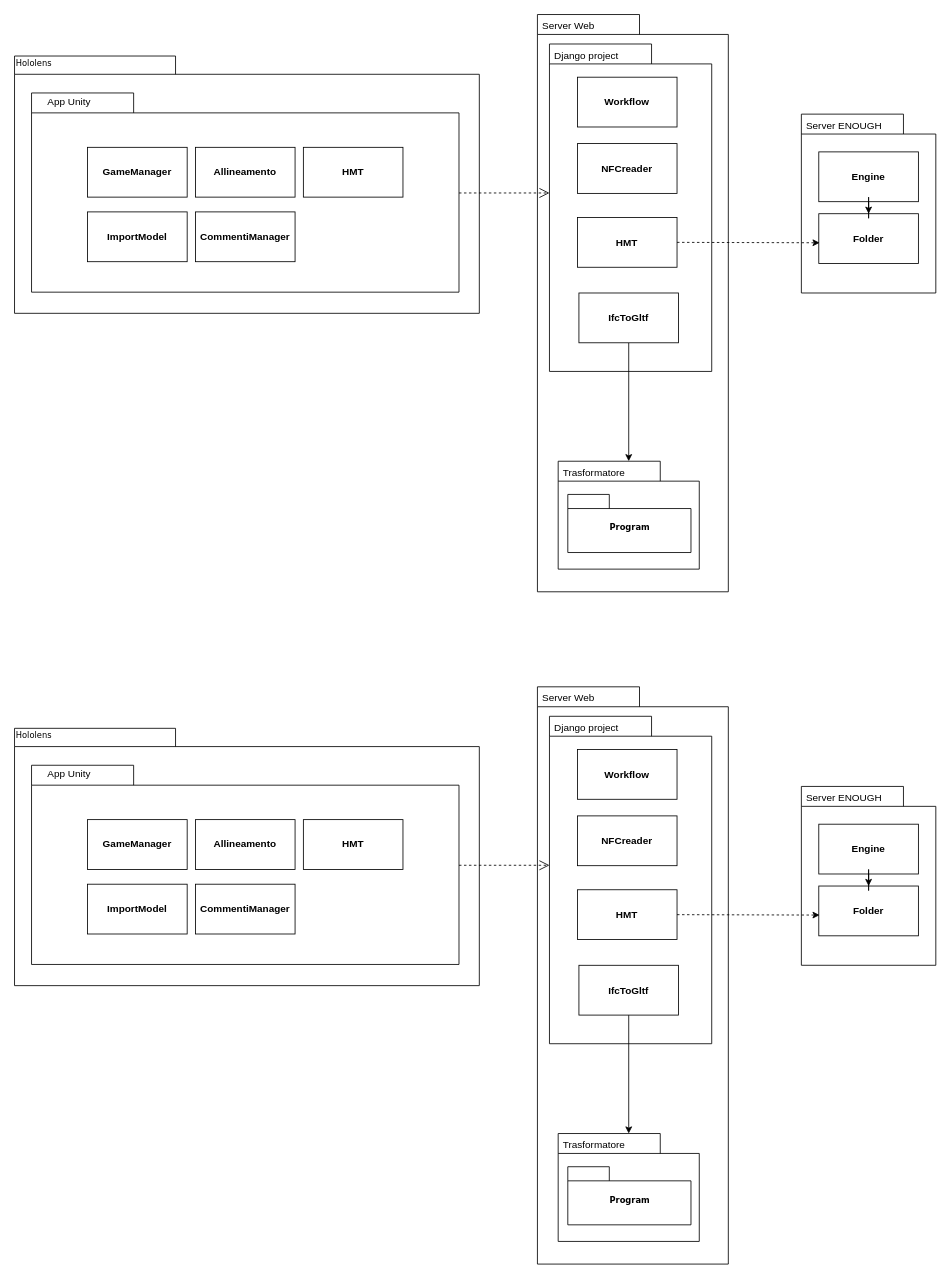
f94f/ENOGH-UML keeps this draw.io diagram as Componenti/compinenti.drawio. Above is the earlier version. Source tidied: cells renumbered, new cells numbered last; positions are measured from the earlier drawing's top-left corner, leaving out a move shared by most shapes. Both pictures are drawn from the tidied source at 83%, with x=0, y=0 at pixel (14, 14).
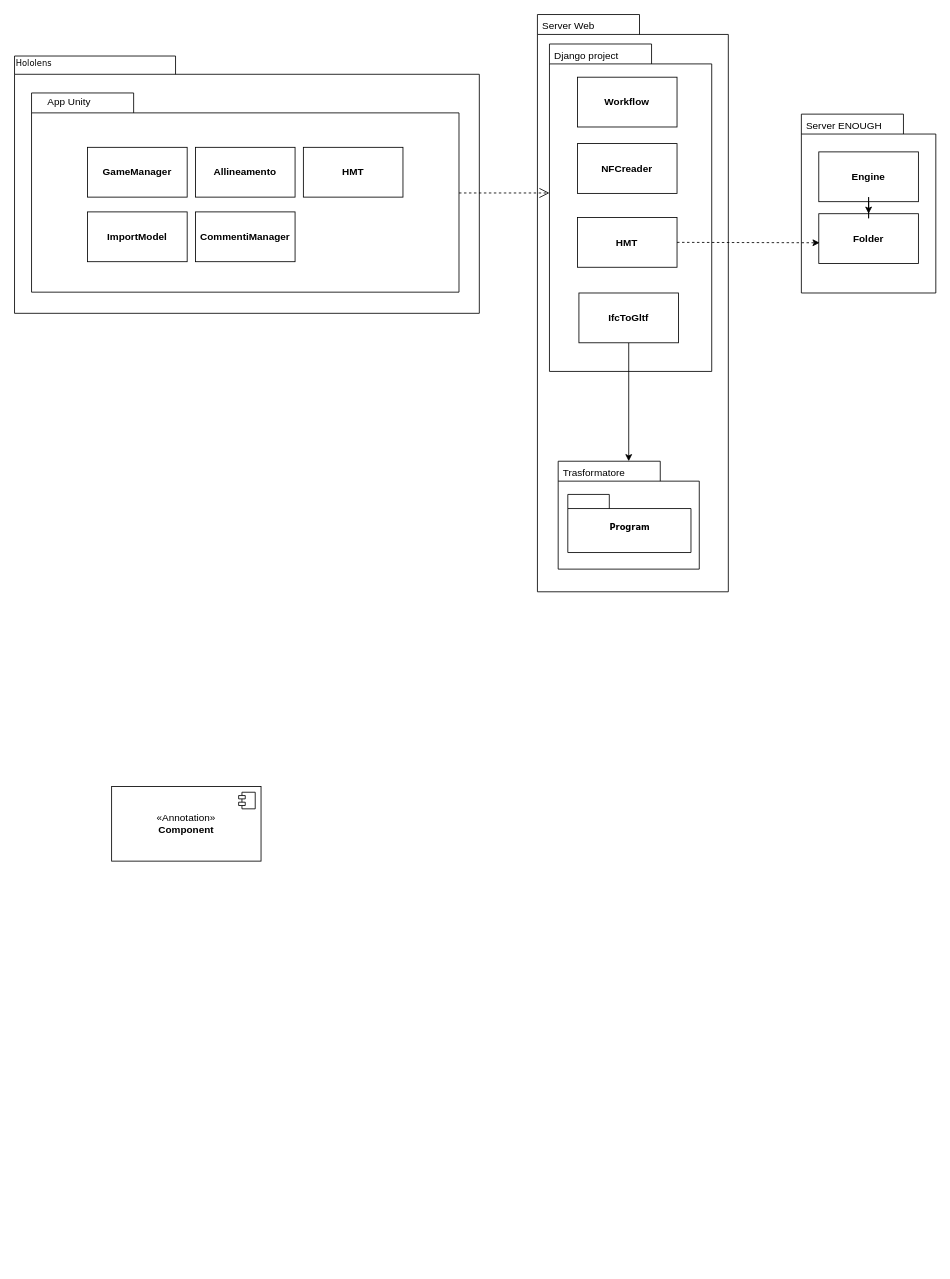
The same page after the edit.

The edit, as a diff of the source:
```diff
@@
-    <mxCell id="33" style="shape=folder;fontStyle=1;spacingTop=10;tabWidth=123;tabHeight=24;tabPosition=left;html=1;rounded=0;shadow=0;comic=0;labelBackgroundColor=none;strokeWidth=1;fontFamily=Verdana;fontSize=10;align=center;" parent="1" vertex="1">
-      <mxGeometry x="948" y="930" width="162" height="215.5" as="geometry" />
-    </mxCell>
-    <mxCell id="34" value="&lt;b&gt;Engine&lt;br&gt;&lt;/b&gt;" style="rounded=0;whiteSpace=wrap;html=1;" parent="1" vertex="1">
-      <mxGeometry x="969" y="975.5" width="120" height="60" as="geometry" />
-    </mxCell>
-    <mxCell id="35" value="&lt;b&gt;Folder&lt;/b&gt;" style="rounded=0;whiteSpace=wrap;html=1;" parent="1" vertex="1">
-      <mxGeometry x="969" y="1050" width="120" height="60" as="geometry" />
-    </mxCell>
-    <mxCell id="36" style="edgeStyle=orthogonalEdgeStyle;rounded=0;jettySize=auto;html=1;entryX=0.5;entryY=0;entryDx=0;entryDy=0;" parent="1" edge="1" source="34" target="35">
-      <mxGeometry relative="1" as="geometry" />
-    </mxCell>
-    <mxCell id="37" value="Server ENOUGH" style="text;strokeColor=none;fillColor=none;align=left;verticalAlign=top;spacingLeft=4;spacingRight=4;overflow=hidden;" parent="1" vertex="1">
-      <mxGeometry x="948" y="930" width="125.5" height="26" as="geometry" />
-    </mxCell>
-    <mxCell id="38" style="group;" parent="1" vertex="1">
-      <mxGeometry x="630" y="810" width="230" height="695.5" as="geometry" />
-    </mxCell>
-    <mxCell id="39" style="group;" parent="38" vertex="1">
-      <mxGeometry width="230" height="695.5" as="geometry" />
-    </mxCell>
-    <mxCell id="40" style="shape=folder;fontStyle=1;spacingTop=10;tabWidth=123;tabHeight=24;tabPosition=left;html=1;rounded=0;shadow=0;comic=0;labelBackgroundColor=none;strokeWidth=1;fontFamily=Verdana;fontSize=10;align=center;" parent="39" vertex="1">
-      <mxGeometry width="230" height="695.5" as="geometry" />
-    </mxCell>
-    <mxCell id="41" style="group;" parent="39" vertex="1">
-      <mxGeometry x="25" y="538.2" width="180" height="130" as="geometry" />
-    </mxCell>
-    <mxCell id="42" style="shape=folder;fontStyle=1;spacingTop=10;tabWidth=123;tabHeight=24;tabPosition=left;html=1;rounded=0;shadow=0;comic=0;labelBackgroundColor=none;strokeWidth=1;fontFamily=Verdana;fontSize=10;align=center;" parent="41" vertex="1">
-      <mxGeometry width="170" height="130" as="geometry" />
-    </mxCell>
-    <mxCell id="43" value="Program" style="shape=folder;fontStyle=1;spacingTop=10;tabWidth=50;tabHeight=17;tabPosition=left;html=1;rounded=0;shadow=0;comic=0;labelBackgroundColor=none;strokeWidth=1;fontFamily=Verdana;fontSize=10;align=center;" parent="41" vertex="1">
-      <mxGeometry x="11.6" y="40" width="148.4" height="70" as="geometry" />
-    </mxCell>
-    <mxCell id="44" value="Trasformatore" style="text;strokeColor=none;fillColor=none;align=left;verticalAlign=top;spacingLeft=4;spacingRight=4;overflow=hidden;" parent="41" vertex="1">
-      <mxGeometry width="90" height="26" as="geometry" />
-    </mxCell>
-    <mxCell id="45" style="shape=folder;fontStyle=1;spacingTop=10;tabWidth=123;tabHeight=24;tabPosition=left;html=1;rounded=0;shadow=0;comic=0;labelBackgroundColor=none;strokeWidth=1;fontFamily=Verdana;fontSize=10;align=center;" parent="39" vertex="1">
-      <mxGeometry x="14.5" y="35.5" width="195.5" height="394.5" as="geometry" />
-    </mxCell>
-    <mxCell id="46" style="edgeStyle=orthogonalEdgeStyle;rounded=0;jettySize=auto;html=1;exitX=0.5;exitY=1;exitDx=0;exitDy=0;" parent="39" edge="1" source="50" target="42">
-      <mxGeometry relative="1" as="geometry" />
-    </mxCell>
-    <mxCell id="47" value="Django project" style="text;strokeColor=none;fillColor=none;align=left;verticalAlign=top;spacingLeft=4;spacingRight=4;overflow=hidden;" parent="39" vertex="1">
-      <mxGeometry x="14.5" y="35.5" width="125.5" height="26" as="geometry" />
-    </mxCell>
-    <mxCell id="48" value="&lt;b&gt;Workflow&lt;br&gt;&lt;/b&gt;" style="rounded=0;whiteSpace=wrap;html=1;" parent="39" vertex="1">
-      <mxGeometry x="48.2" y="75.5" width="120" height="60" as="geometry" />
-    </mxCell>
-    <mxCell id="49" value="&lt;b&gt;NFCreader&lt;/b&gt;" style="rounded=0;whiteSpace=wrap;html=1;" parent="39" vertex="1">
-      <mxGeometry x="48.2" y="155.5" width="120" height="60" as="geometry" />
-    </mxCell>
-    <mxCell id="50" value="&lt;b&gt;IfcToGltf&lt;/b&gt;" style="rounded=0;whiteSpace=wrap;html=1;" parent="39" vertex="1">
-      <mxGeometry x="50" y="335.5" width="120" height="60" as="geometry" />
-    </mxCell>
-    <mxCell id="51" value="&lt;b&gt;HMT&lt;/b&gt;" style="rounded=0;whiteSpace=wrap;html=1;" parent="39" vertex="1">
-      <mxGeometry x="48.2" y="244.5" width="120" height="60" as="geometry" />
-    </mxCell>
-    <mxCell id="52" value="Server Web" style="text;strokeColor=none;fillColor=none;align=left;verticalAlign=top;spacingLeft=4;spacingRight=4;overflow=hidden;" parent="1" vertex="1">
-      <mxGeometry x="630" y="810" width="80" height="26" as="geometry" />
-    </mxCell>
-    <mxCell id="53" style="endArrow=classic;dashed=1;html=1;rounded=0;exitX=1;exitY=0.5;exitDx=0;exitDy=0;" parent="1" edge="1" source="51">
-      <mxGeometry relative="1" as="geometry">
-        <mxPoint x="970" y="1085" as="targetPoint" />
-      </mxGeometry>
-    </mxCell>
-    <mxCell id="54" style="shape=folder;fontStyle=1;spacingTop=10;tabWidth=194;tabHeight=22;tabPosition=left;html=1;rounded=0;shadow=0;comic=0;labelBackgroundColor=none;strokeWidth=1;fillColor=none;fontFamily=Verdana;fontSize=10;align=center;" parent="1" vertex="1">
-      <mxGeometry y="860" width="560" height="310" as="geometry" />
-    </mxCell>
-    <mxCell id="55" value="Hololens" style="text;html=1;align=left;verticalAlign=top;spacingTop=-4;fontSize=10;fontFamily=Verdana;" parent="54" vertex="1">
-      <mxGeometry width="125.5" height="20" as="geometry" />
-    </mxCell>
-    <mxCell id="56" style="shape=folder;fontStyle=1;spacingTop=10;tabWidth=123;tabHeight=24;tabPosition=left;html=1;rounded=0;shadow=0;comic=0;labelBackgroundColor=none;strokeColor=#000000;strokeWidth=1;fillColor=#ffffff;fontFamily=Verdana;fontSize=10;fontColor=#000000;align=center;" parent="1" vertex="1">
-      <mxGeometry x="20.5" y="904.5" width="515" height="240" as="geometry" />
-    </mxCell>
-    <mxCell id="57" value="App Unity" style="text;html=1;strokeColor=none;fillColor=none;align=center;verticalAlign=middle;whiteSpace=wrap;rounded=0;" parent="1" vertex="1">
-      <mxGeometry x="20.5" y="904.5" width="89.5" height="20" as="geometry" />
-    </mxCell>
-    <mxCell id="58" value="&lt;b&gt;GameManager&lt;/b&gt;" style="rounded=0;whiteSpace=wrap;html=1;" parent="1" vertex="1">
-      <mxGeometry x="88" y="970" width="120" height="60" as="geometry" />
-    </mxCell>
-    <mxCell id="59" value="&lt;b&gt;ImportModel&lt;/b&gt;" style="rounded=0;whiteSpace=wrap;html=1;" parent="1" vertex="1">
-      <mxGeometry x="88" y="1047.8" width="120" height="60" as="geometry" />
-    </mxCell>
-    <mxCell id="60" value="&lt;b&gt;Allineamento&lt;/b&gt;" style="rounded=0;whiteSpace=wrap;html=1;" parent="1" vertex="1">
-      <mxGeometry x="218" y="970" width="120" height="60" as="geometry" />
-    </mxCell>
-    <mxCell id="61" value="&lt;b&gt;HMT&lt;/b&gt;" style="rounded=0;whiteSpace=wrap;html=1;" parent="1" vertex="1">
-      <mxGeometry x="348" y="970" width="120" height="60" as="geometry" />
-    </mxCell>
-    <mxCell id="62" value="&lt;b&gt;CommentiManager&lt;/b&gt;" style="rounded=0;whiteSpace=wrap;html=1;" parent="1" vertex="1">
-      <mxGeometry x="218" y="1047.8" width="120" height="60" as="geometry" />
-    </mxCell>
-    <mxCell id="63" style="edgeStyle=elbowEdgeStyle;rounded=0;html=1;dashed=1;labelBackgroundColor=none;startFill=0;endArrow=open;endFill=0;endSize=10;fontFamily=Verdana;fontSize=10;elbow=vertical;" parent="1" edge="1" source="56" target="45">
-      <mxGeometry relative="1" as="geometry" />
-    </mxCell>
+    <mxCell id="64" value="&amp;laquo;Annotation&amp;raquo;&lt;br/&gt;&lt;b&gt;Component&lt;/b&gt;" style="html=1;whiteSpace=wrap;" parent="1" vertex="1">
+      <mxGeometry x="117" y="930" width="180" height="90" as="geometry" />
+    </mxCell>
+    <mxCell id="65" style="shape=module;jettyWidth=8;jettyHeight=4;" parent="64" vertex="1">
+      <mxGeometry x="1" width="20" height="20" relative="1" as="geometry">
+        <mxPoint x="-27" y="7" as="offset" />
+      </mxGeometry>
+    </mxCell>
```
